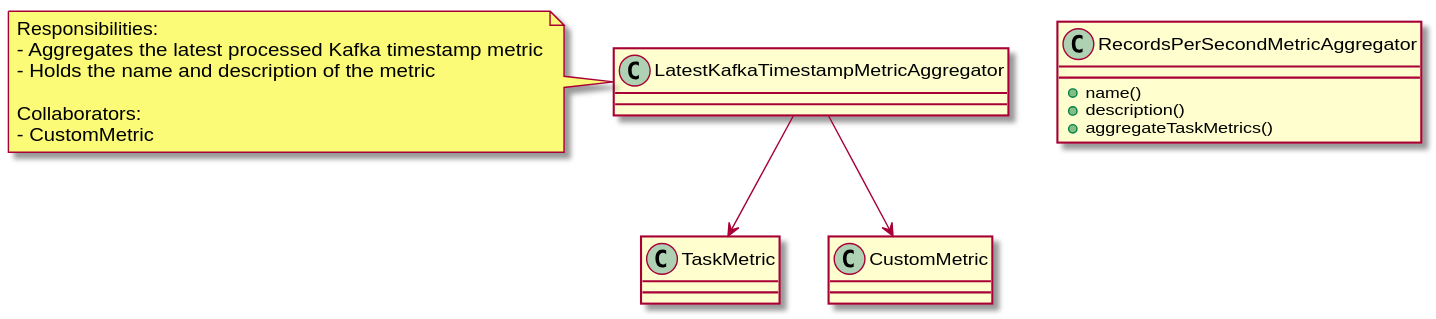
This is docs/doxygen/doxygen/inline_umlgraph_8.svg from elliVM/pth_06, a PlantUML export, as it was before one commit. Its diagram source:
```plantuml
@startuml inline_umlgraph_8.svg
class RecordsPerSecondMetricAggregator {
    + name()
    + description()
    + aggregateTaskMetrics()
}

LatestKafkaTimestampMetricAggregator --> TaskMetric
LatestKafkaTimestampMetricAggregator --> CustomMetric

note left of LatestKafkaTimestampMetricAggregator
Responsibilities:
- Aggregates the latest processed Kafka timestamp metric
- Holds the name and description of the metric

Collaborators:
- CustomMetric
end note
@enduml
```
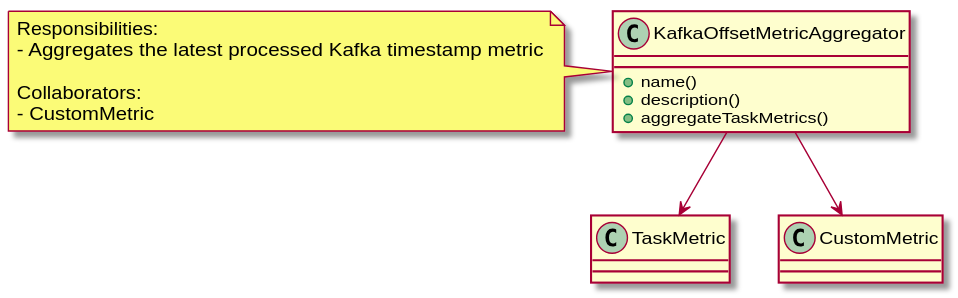
Above is the later version.

Diff of the diagram source:
```diff
@@ -1,17 +1,16 @@
 @startuml inline_umlgraph_8.svg
-class RecordsPerSecondMetricAggregator {
+class KafkaOffsetMetricAggregator {
     + name()
     + description()
     + aggregateTaskMetrics()
 }
 
-LatestKafkaTimestampMetricAggregator --> TaskMetric
-LatestKafkaTimestampMetricAggregator --> CustomMetric
+KafkaOffsetMetricAggregator --> TaskMetric
+KafkaOffsetMetricAggregator --> CustomMetric
 
-note left of LatestKafkaTimestampMetricAggregator
+note left of KafkaOffsetMetricAggregator
 Responsibilities:
 - Aggregates the latest processed Kafka timestamp metric
-- Holds the name and description of the metric
 
 Collaborators:
 - CustomMetric
```
